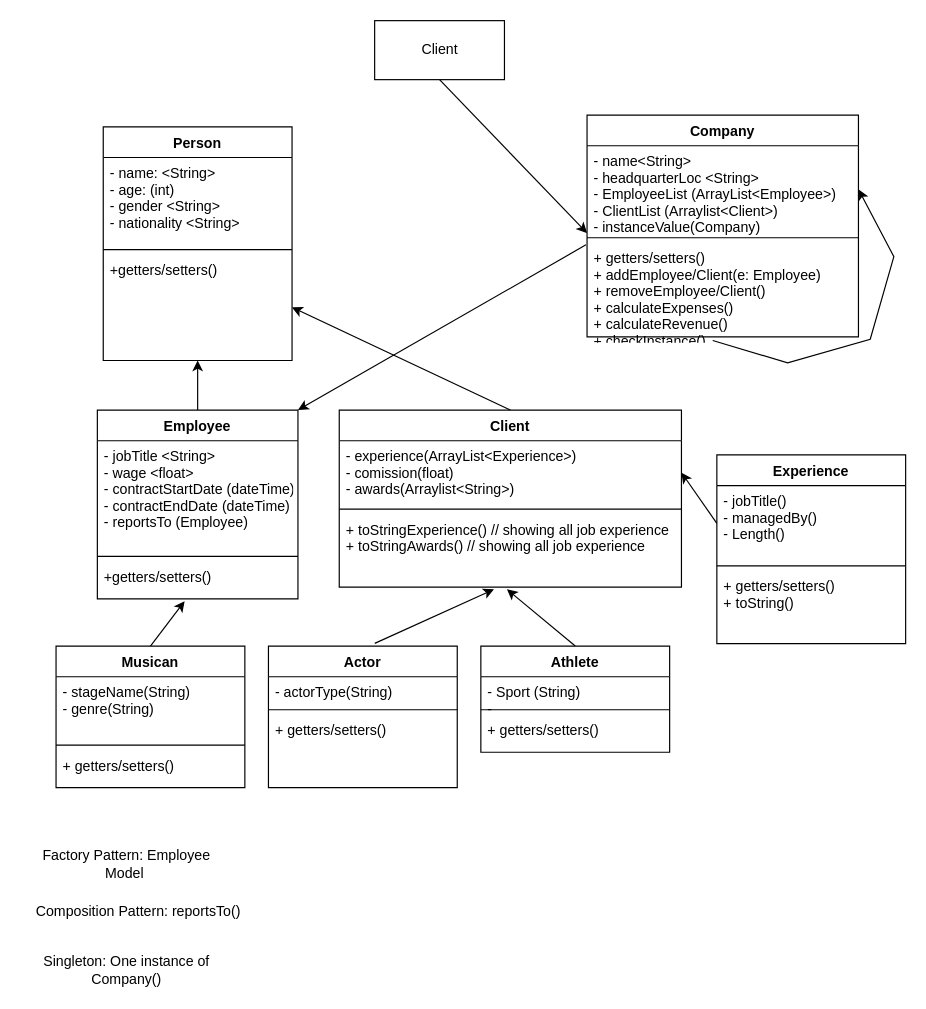
tylertraviss/TalentAgencySystem keeps this draw.io diagram as data/UMLDiagram.drawio. Above is the earlier version. Source tidied: cells renumbered, new cells numbered last; positions are measured from the earlier drawing's top-left corner, leaving out a move shared by most shapes. Both pictures are drawn from the tidied source at 118%, with x=0, y=0 at pixel (20, 20).
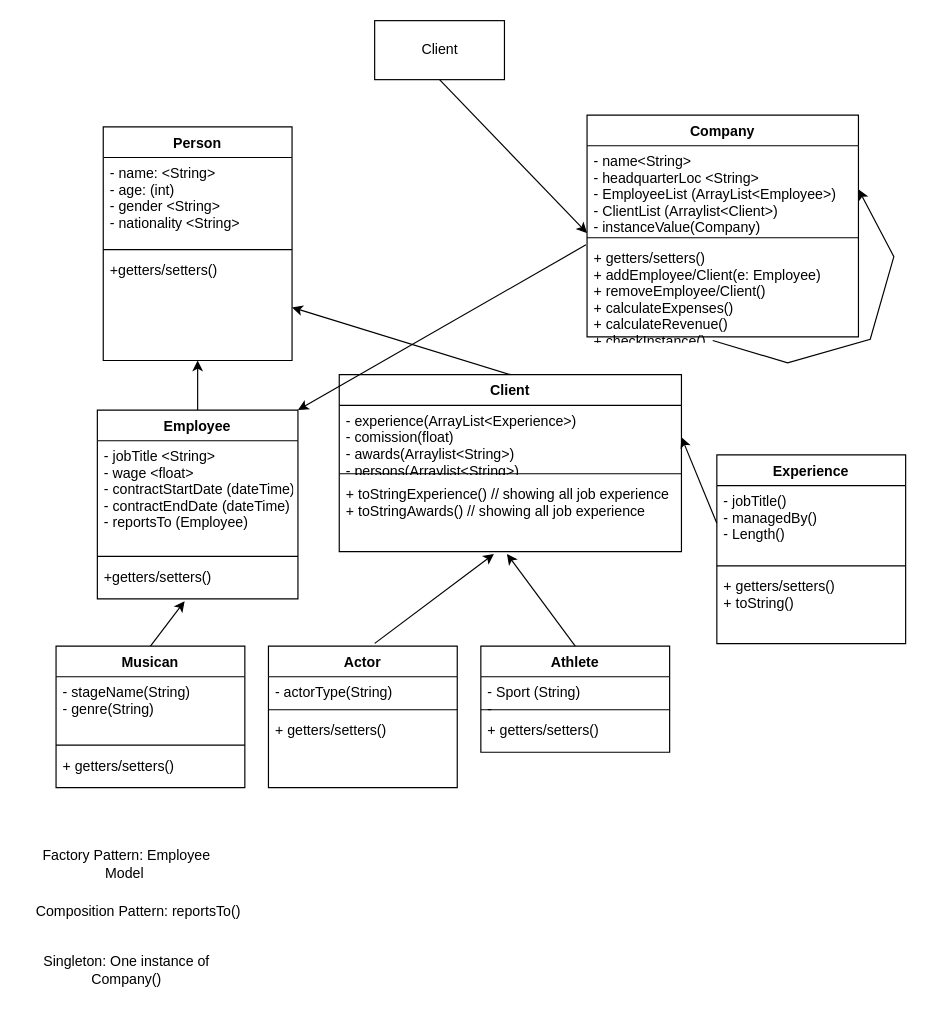
Above is the later version.

Commit message:
Update persons Arraylist in client UMLDiagram.drawio

Change to the diagram source:
```diff
@@
     <mxCell id="10" value="Client" style="swimlane;fontStyle=1;align=center;verticalAlign=top;horizontal=1;startSize=26;" parent="1" vertex="1">
-      <mxGeometry x="270" y="330" width="290" height="150" as="geometry" />
+      <mxGeometry x="270" y="300" width="290" height="150" as="geometry" />
     </mxCell>
-    <mxCell id="11" value="- experience(ArrayList&lt;Experience&gt;)&#10;- comission(float)&#10;- awards(Arraylist&lt;String&gt;)" style="text;strokeColor=none;fillColor=none;align=left;verticalAlign=top;spacingLeft=4;spacingRight=4;overflow=hidden;points=[[0,0.5],[1,0.5]];portConstraint=eastwest;" parent="10" vertex="1">
+    <mxCell id="11" value="- experience(ArrayList&lt;Experience&gt;)&#10;- comission(float)&#10;- awards(Arraylist&lt;String&gt;)&#10;- persons(Arraylist&lt;String&gt;)&#10;&#10;" style="text;strokeColor=none;fillColor=none;align=left;verticalAlign=top;spacingLeft=4;spacingRight=4;overflow=hidden;points=[[0,0.5],[1,0.5]];portConstraint=eastwest;" parent="10" vertex="1">
       <mxGeometry y="26" width="290" height="54" as="geometry" />
     </mxCell>
```
